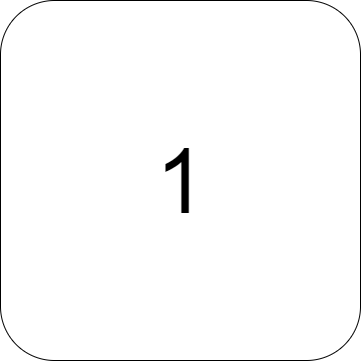
Above: Rush Hour Main/assets/MapButtons/1(A).png in zintom69/Game-Rush-Hour (draw.io), before the change. Source tidied: cells renumbered, new cells last; positions are measured from the earlier drawing's top-left corner, leaving out a move shared by most shapes.
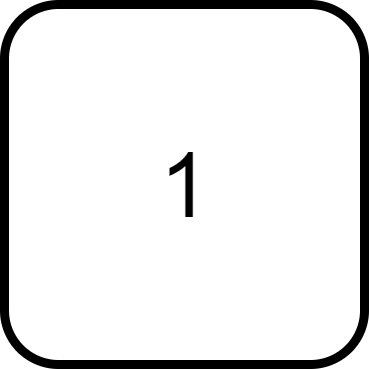
The same diagram one commit later.

Change to the diagram source:
```diff
@@ -2,7 +2,7 @@
   <root>
     <mxCell id="0" />
     <mxCell id="1" parent="0" />
-    <mxCell id="2" value="&lt;font style=&quot;font-size: 90px;&quot;&gt;1&lt;/font&gt;" style="rounded=1;whiteSpace=wrap;html=1;" parent="1" vertex="1">
+    <mxCell id="2" value="&lt;span style=&quot;font-size: 90px;&quot;&gt;1&lt;/span&gt;" style="rounded=1;whiteSpace=wrap;html=1;strokeWidth=9;" parent="1" vertex="1">
       <mxGeometry width="360" height="360" as="geometry" />
     </mxCell>
   </root>
```
